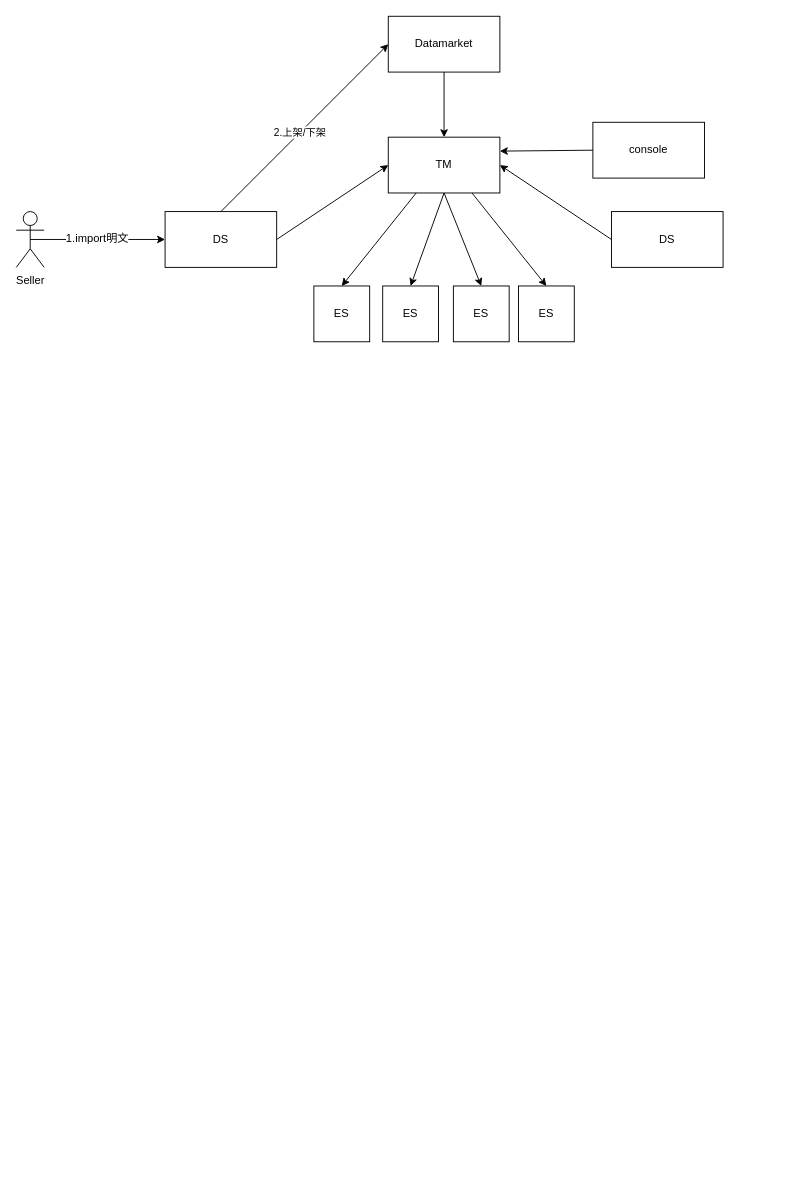
This is data_deploy_.drawio from yankaili2006/drawing_io, a draw.io file, before an edit. Source tidied: cells renumbered, new cells numbered last; positions are measured from the earlier drawing's top-left corner, leaving out a move shared by most shapes. Both pictures are drawn from the tidied source at 93%, with x=0, y=0 at pixel (16, 16).
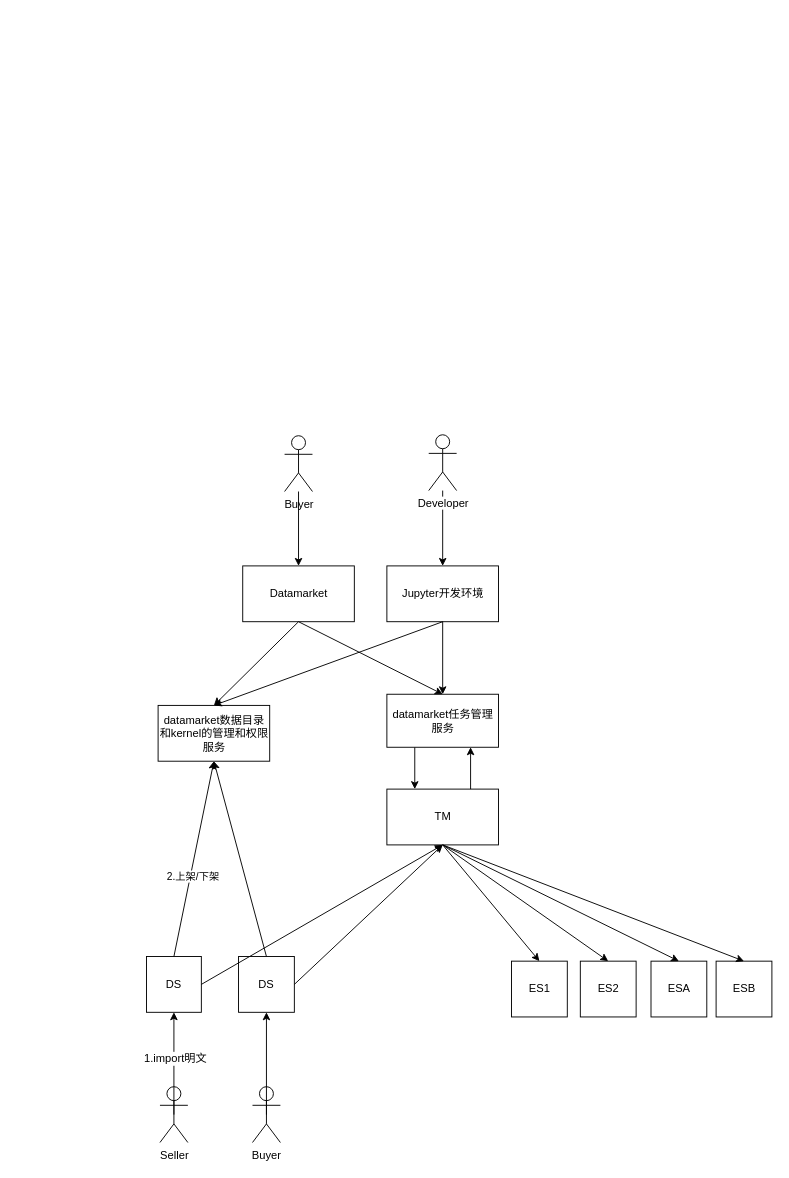
The same diagram, later.

Diff of the diagram source:
```diff
@@
-    <mxCell id="2" value="DS" style="rounded=0;whiteSpace=wrap;html=1;" parent="1" vertex="1">
-      <mxGeometry x="160" y="210" width="120" height="60" as="geometry" />
-    </mxCell>
+    <mxCell id="24" value="DS" style="rounded=0;whiteSpace=wrap;html=1;" parent="1" vertex="1">
+      <mxGeometry x="140" y="1011" width="59" height="60" as="geometry" />
+    </mxCell>
     <mxCell id="3" value="TM" style="rounded=0;whiteSpace=wrap;html=1;" parent="1" vertex="1">
-      <mxGeometry x="400" y="130" width="120" height="60" as="geometry" />
+      <mxGeometry x="398.5" y="831" width="120" height="60" as="geometry" />
     </mxCell>
-    <mxCell id="4" value="ES" style="rounded=0;whiteSpace=wrap;html=1;" parent="1" vertex="1">
-      <mxGeometry x="320" y="290" width="60" height="60" as="geometry" />
-    </mxCell>
-    <mxCell id="5" value="ES" style="rounded=0;whiteSpace=wrap;html=1;" parent="1" vertex="1">
-      <mxGeometry x="540" y="290" width="60" height="60" as="geometry" />
-    </mxCell>
-    <mxCell id="6" value="ES" style="rounded=0;whiteSpace=wrap;html=1;" parent="1" vertex="1">
-      <mxGeometry x="394" y="290" width="60" height="60" as="geometry" />
-    </mxCell>
-    <mxCell id="7" value="ES" style="rounded=0;whiteSpace=wrap;html=1;" parent="1" vertex="1">
-      <mxGeometry x="470" y="290" width="60" height="60" as="geometry" />
-    </mxCell>
-    <mxCell id="8" value="DS" style="rounded=0;whiteSpace=wrap;html=1;" parent="1" vertex="1">
-      <mxGeometry x="640" y="210" width="120" height="60" as="geometry" />
-    </mxCell>
-    <mxCell id="9" value="console" style="rounded=0;whiteSpace=wrap;html=1;" parent="1" vertex="1">
-      <mxGeometry x="620" y="114" width="120" height="60" as="geometry" />
-    </mxCell>
+    <mxCell id="25" value="ES1" style="rounded=0;whiteSpace=wrap;html=1;" parent="1" vertex="1">
+      <mxGeometry x="532.5" y="1016" width="60" height="60" as="geometry" />
+    </mxCell>
+    <mxCell id="26" value="ESB" style="rounded=0;whiteSpace=wrap;html=1;" parent="1" vertex="1">
+      <mxGeometry x="752.5" y="1016" width="60" height="60" as="geometry" />
+    </mxCell>
+    <mxCell id="27" value="ES2" style="rounded=0;whiteSpace=wrap;html=1;" parent="1" vertex="1">
+      <mxGeometry x="606.5" y="1016" width="60" height="60" as="geometry" />
+    </mxCell>
+    <mxCell id="28" value="ESA" style="rounded=0;whiteSpace=wrap;html=1;" parent="1" vertex="1">
+      <mxGeometry x="682.5" y="1016" width="60" height="60" as="geometry" />
+    </mxCell>
+    <mxCell id="29" value="DS" style="rounded=0;whiteSpace=wrap;html=1;" parent="1" vertex="1">
+      <mxGeometry x="239" y="1011" width="60" height="60" as="geometry" />
+    </mxCell>
     <mxCell id="10" value="Datamarket" style="rounded=0;whiteSpace=wrap;html=1;" parent="1" vertex="1">
-      <mxGeometry x="400" width="120" height="60" as="geometry" />
+      <mxGeometry x="243.5" y="591" width="120" height="60" as="geometry" />
     </mxCell>
-    <mxCell id="11" style="endArrow=classic;html=1;exitX=0.5;exitY=0;exitDx=0;exitDy=0;entryX=0;entryY=0.5;entryDx=0;entryDy=0;" parent="1" edge="1" source="2" target="10">
-      <mxGeometry relative="1" as="geometry" />
-    </mxCell>
+    <mxCell id="30" style="endArrow=classic;html=1;exitX=0.5;exitY=0;exitDx=0;exitDy=0;entryX=0.5;entryY=1;entryDx=0;entryDy=0;" parent="1" edge="1" source="24" target="46">
+      <mxGeometry relative="1" as="geometry" />
+    </mxCell>
-    <mxCell id="12" value="2.上架/下架" style="edgeLabel;html=1;align=center;verticalAlign=middle;" parent="11" vertex="1">
-      <mxGeometry x="-0.06" y="1" relative="1" as="geometry" />
+    <mxCell id="12" value="2.上架/下架" style="edgeLabel;html=1;align=center;verticalAlign=middle;" parent="30" vertex="1">
+      <mxGeometry x="-0.17" y="-2" relative="1" as="geometry" />
     </mxCell>
     <mxCell id="13" value="Seller" style="shape=umlActor;verticalLabelPosition=bottom;labelBackgroundColor=#ffffff;verticalAlign=top;html=1;outlineConnect=0;" parent="1" vertex="1">
-      <mxGeometry y="210" width="30" height="60" as="geometry" />
+      <mxGeometry x="154.5" y="1151" width="30" height="60" as="geometry" />
     </mxCell>
-    <mxCell id="14" style="endArrow=classic;html=1;exitX=0.5;exitY=0.5;exitDx=0;exitDy=0;exitPerimeter=0;entryX=0;entryY=0.5;entryDx=0;entryDy=0;" parent="1" edge="1" source="13" target="2">
-      <mxGeometry relative="1" as="geometry" />
-    </mxCell>
+    <mxCell id="31" style="endArrow=classic;html=1;exitX=0.5;exitY=0.5;exitDx=0;exitDy=0;exitPerimeter=0;entryX=0.5;entryY=1;entryDx=0;entryDy=0;" parent="1" edge="1" source="13" target="24">
+      <mxGeometry relative="1" as="geometry" />
+    </mxCell>
+    <mxCell id="32" style="edgeLabel;html=1;align=center;verticalAlign=middle;" parent="31" vertex="1">
+      <mxGeometry x="0.22" y="2" relative="1" as="geometry">
+        <mxPoint x="1" as="offset" />
+      </mxGeometry>
+    </mxCell>
-    <mxCell id="15" value="&lt;span style=&quot;font-size: 12px&quot;&gt;1.import明文&lt;/span&gt;" style="edgeLabel;html=1;align=center;verticalAlign=middle;" parent="14" vertex="1">
-      <mxGeometry x="-0.02" y="2" relative="1" as="geometry" />
+    <mxCell id="15" value="&lt;span style=&quot;font-size: 12px&quot;&gt;1.import明文&lt;/span&gt;" style="edgeLabel;html=1;align=center;verticalAlign=middle;" parent="31" vertex="1">
+      <mxGeometry x="0.11" relative="1" as="geometry">
+        <mxPoint x="1" as="offset" />
+      </mxGeometry>
     </mxCell>
-    <mxCell id="16" style="endArrow=classic;html=1;entryX=0.5;entryY=0;entryDx=0;entryDy=0;exitX=0.25;exitY=1;exitDx=0;exitDy=0;" parent="1" edge="1" source="3" target="4">
-      <mxGeometry relative="1" as="geometry" />
-    </mxCell>
-    <mxCell id="17" style="endArrow=classic;html=1;entryX=0.5;entryY=0;entryDx=0;entryDy=0;exitX=0.75;exitY=1;exitDx=0;exitDy=0;" parent="1" edge="1" source="3" target="5">
-      <mxGeometry relative="1" as="geometry" />
-    </mxCell>
-    <mxCell id="18" style="endArrow=classic;html=1;entryX=0.5;entryY=0;entryDx=0;entryDy=0;exitX=0.5;exitY=1;exitDx=0;exitDy=0;" parent="1" edge="1" source="3" target="6">
-      <mxGeometry relative="1" as="geometry" />
-    </mxCell>
-    <mxCell id="19" style="endArrow=classic;html=1;entryX=0.5;entryY=0;entryDx=0;entryDy=0;exitX=0.5;exitY=1;exitDx=0;exitDy=0;" parent="1" edge="1" source="3" target="7">
-      <mxGeometry relative="1" as="geometry" />
-    </mxCell>
-    <mxCell id="20" style="endArrow=classic;html=1;entryX=1;entryY=0.25;entryDx=0;entryDy=0;exitX=0;exitY=0.5;exitDx=0;exitDy=0;" parent="1" edge="1" source="9" target="3">
-      <mxGeometry relative="1" as="geometry" />
-    </mxCell>
-    <mxCell id="21" style="endArrow=classic;html=1;entryX=0.5;entryY=0;entryDx=0;entryDy=0;exitX=0.5;exitY=1;exitDx=0;exitDy=0;" parent="1" edge="1" source="10" target="3">
-      <mxGeometry relative="1" as="geometry" />
-    </mxCell>
-    <mxCell id="22" style="endArrow=classic;html=1;exitX=1;exitY=0.5;exitDx=0;exitDy=0;entryX=0;entryY=0.5;entryDx=0;entryDy=0;" parent="1" edge="1" source="2" target="3">
-      <mxGeometry relative="1" as="geometry" />
-    </mxCell>
-    <mxCell id="23" style="endArrow=classic;html=1;exitX=0;exitY=0.5;exitDx=0;exitDy=0;entryX=1;entryY=0.5;entryDx=0;entryDy=0;" parent="1" edge="1" source="8" target="3">
-      <mxGeometry relative="1" as="geometry" />
-    </mxCell>
+    <mxCell id="33" style="endArrow=classic;html=1;entryX=0.5;entryY=0;entryDx=0;entryDy=0;exitX=0.5;exitY=1;exitDx=0;exitDy=0;" parent="1" edge="1" source="3" target="25">
+      <mxGeometry relative="1" as="geometry" />
+    </mxCell>
+    <mxCell id="34" style="endArrow=classic;html=1;entryX=0.5;entryY=0;entryDx=0;entryDy=0;exitX=0.5;exitY=1;exitDx=0;exitDy=0;" parent="1" edge="1" source="3" target="26">
+      <mxGeometry relative="1" as="geometry" />
+    </mxCell>
+    <mxCell id="35" style="endArrow=classic;html=1;entryX=0.5;entryY=0;entryDx=0;entryDy=0;exitX=0.5;exitY=1;exitDx=0;exitDy=0;" parent="1" edge="1" source="3" target="27">
+      <mxGeometry relative="1" as="geometry" />
+    </mxCell>
+    <mxCell id="36" style="endArrow=classic;html=1;entryX=0.5;entryY=0;entryDx=0;entryDy=0;exitX=0.5;exitY=1;exitDx=0;exitDy=0;" parent="1" edge="1" source="3" target="28">
+      <mxGeometry relative="1" as="geometry" />
+    </mxCell>
+    <mxCell id="37" style="endArrow=classic;html=1;entryX=0.5;entryY=1;entryDx=0;entryDy=0;exitX=0.5;exitY=0;exitDx=0;exitDy=0;" parent="1" edge="1" source="29" target="46">
+      <mxGeometry relative="1" as="geometry" />
+    </mxCell>
+    <mxCell id="38" style="endArrow=classic;html=1;entryX=0.25;entryY=0;entryDx=0;entryDy=0;exitX=0.25;exitY=1;exitDx=0;exitDy=0;" parent="1" edge="1" source="51" target="3">
+      <mxGeometry relative="1" as="geometry" />
+    </mxCell>
+    <mxCell id="39" style="endArrow=classic;html=1;exitX=1;exitY=0.5;exitDx=0;exitDy=0;" parent="1" edge="1" source="24">
+      <mxGeometry relative="1" as="geometry">
+        <mxPoint x="458.5" y="891" as="targetPoint" />
+      </mxGeometry>
+    </mxCell>
+    <mxCell id="40" style="endArrow=classic;html=1;exitX=1;exitY=0.5;exitDx=0;exitDy=0;entryX=0.5;entryY=1;entryDx=0;entryDy=0;" parent="1" edge="1" source="29" target="3">
+      <mxGeometry relative="1" as="geometry" />
+    </mxCell>
+    <mxCell id="41" value="Buyer" style="shape=umlActor;verticalLabelPosition=bottom;labelBackgroundColor=#ffffff;verticalAlign=top;html=1;outlineConnect=0;" parent="1" vertex="1">
+      <mxGeometry x="288.5" y="451" width="30" height="60" as="geometry" />
+    </mxCell>
+    <mxCell id="42" style="endArrow=classic;html=1;entryX=0.5;entryY=0;entryDx=0;entryDy=0;" parent="1" edge="1" source="41" target="10">
+      <mxGeometry relative="1" as="geometry" />
+    </mxCell>
+    <mxCell id="43" style="endArrow=classic;html=1;entryX=0.75;entryY=1;entryDx=0;entryDy=0;exitX=0.75;exitY=0;exitDx=0;exitDy=0;" parent="1" edge="1" source="3" target="51">
+      <mxGeometry relative="1" as="geometry" />
+    </mxCell>
+    <mxCell id="44" value="Buyer" style="shape=umlActor;verticalLabelPosition=bottom;labelBackgroundColor=#ffffff;verticalAlign=top;html=1;outlineConnect=0;" parent="1" vertex="1">
+      <mxGeometry x="254" y="1151" width="30" height="60" as="geometry" />
+    </mxCell>
+    <mxCell id="45" style="endArrow=classic;html=1;exitX=0.5;exitY=0.5;exitDx=0;exitDy=0;exitPerimeter=0;entryX=0.5;entryY=1;entryDx=0;entryDy=0;" parent="1" edge="1" source="44" target="29">
+      <mxGeometry relative="1" as="geometry" />
+    </mxCell>
+    <mxCell id="46" value="datamarket数据目录和kernel的管理和权限服务" style="rounded=0;whiteSpace=wrap;html=1;" parent="1" vertex="1">
+      <mxGeometry x="152.5" y="741" width="120" height="60" as="geometry" />
+    </mxCell>
+    <mxCell id="47" style="endArrow=classic;html=1;exitX=0.5;exitY=1;exitDx=0;exitDy=0;entryX=0.5;entryY=0;entryDx=0;entryDy=0;" parent="1" edge="1" source="10" target="46">
+      <mxGeometry relative="1" as="geometry" />
+    </mxCell>
+    <mxCell id="48" value="Jupyter开发环境" style="rounded=0;whiteSpace=wrap;html=1;" parent="1" vertex="1">
+      <mxGeometry x="398.5" y="591" width="120" height="60" as="geometry" />
+    </mxCell>
+    <mxCell id="49" style="edgeStyle=orthogonalEdgeStyle;rounded=0;jettySize=auto;html=1;" parent="1" edge="1" source="50" target="48">
+      <mxGeometry relative="1" as="geometry" />
+    </mxCell>
+    <mxCell id="50" value="Developer" style="shape=umlActor;verticalLabelPosition=bottom;labelBackgroundColor=#ffffff;verticalAlign=top;html=1;outlineConnect=0;" parent="1" vertex="1">
+      <mxGeometry x="443.5" y="450" width="30" height="60" as="geometry" />
+    </mxCell>
+    <mxCell id="51" value="datamarket任务管理服务" style="rounded=0;whiteSpace=wrap;html=1;" parent="1" vertex="1">
+      <mxGeometry x="398.5" y="729" width="120" height="57" as="geometry" />
+    </mxCell>
+    <mxCell id="52" style="endArrow=classic;html=1;exitX=0.5;exitY=1;exitDx=0;exitDy=0;entryX=0.5;entryY=0;entryDx=0;entryDy=0;" parent="1" edge="1" source="10" target="51">
+      <mxGeometry relative="1" as="geometry" />
+    </mxCell>
+    <mxCell id="53" style="endArrow=classic;html=1;exitX=0.5;exitY=1;exitDx=0;exitDy=0;entryX=0.5;entryY=0;entryDx=0;entryDy=0;" parent="1" edge="1" source="48" target="51">
+      <mxGeometry relative="1" as="geometry" />
+    </mxCell>
+    <mxCell id="54" style="endArrow=classic;html=1;exitX=0.5;exitY=1;exitDx=0;exitDy=0;entryX=0.5;entryY=0;entryDx=0;entryDy=0;" parent="1" edge="1" source="48" target="46">
+      <mxGeometry relative="1" as="geometry" />
+    </mxCell>
```
